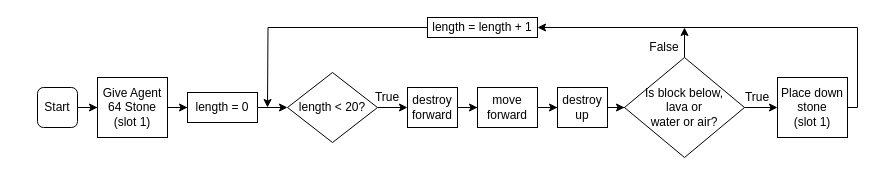
This is tutorials/python-islands/island-7/autominer/flowchart-landscape.drawio from CausewayDigital/Minecraft-EE-MakeCode, a draw.io file, before an edit. Source tidied: cells renumbered, new cells numbered last; positions are measured from the earlier drawing's top-left corner, leaving out a move shared by most shapes. Both pictures are drawn from the tidied source at 100%, with x=0, y=0 at pixel (37, 17).
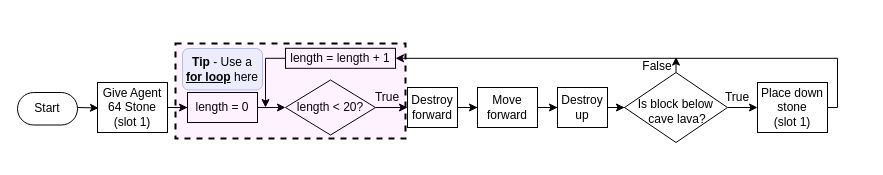
The same diagram, later.

Commit message (it also covers changes not shown here):
Updated flowcharts and tutorial for autominer

What changed in the source:
```diff
@@
-    <mxCell id="2" style="edgeStyle=orthogonalEdgeStyle;rounded=0;jettySize=auto;html=1;" parent="1" edge="1" source="3" target="5">
-      <mxGeometry relative="1" as="geometry" />
-    </mxCell>
-    <mxCell id="3" value="Start" style="rounded=1;whiteSpace=wrap;html=1;" parent="1" vertex="1">
-      <mxGeometry y="70" width="40" height="40" as="geometry" />
-    </mxCell>
+    <mxCell id="26" style="edgeStyle=orthogonalEdgeStyle;rounded=0;jettySize=auto;html=1;" parent="1" edge="1" target="5">
+      <mxGeometry relative="1" as="geometry">
+        <mxPoint x="40" y="90" as="sourcePoint" />
+      </mxGeometry>
+    </mxCell>
-    <mxCell id="4" style="edgeStyle=orthogonalEdgeStyle;rounded=0;jettySize=auto;html=1;" parent="1" edge="1" source="5" target="7">
+    <mxCell id="4" style="edgeStyle=orthogonalEdgeStyle;rounded=0;jettySize=auto;html=1;shadow=0;" parent="1" edge="1" source="5" target="7">
       <mxGeometry relative="1" as="geometry" />
     </mxCell>
     <mxCell id="5" value="&lt;div&gt;Give Agent 64 Stone&lt;/div&gt;(slot 1)" style="rounded=0;whiteSpace=wrap;html=1;" parent="1" vertex="1">
-      <mxGeometry x="60" y="60" width="70" height="60" as="geometry" />
+      <mxGeometry x="60" y="65" width="70" height="50" as="geometry" />
     </mxCell>
-    <mxCell id="6" style="edgeStyle=orthogonalEdgeStyle;rounded=0;jettySize=auto;html=1;" parent="1" edge="1" source="7" target="9">
+    <mxCell id="6" style="edgeStyle=orthogonalEdgeStyle;rounded=0;jettySize=auto;html=1;shadow=0;" parent="1" edge="1" source="7" target="9">
       <mxGeometry relative="1" as="geometry" />
     </mxCell>
-    <mxCell id="7" value="length = 0" style="rounded=0;whiteSpace=wrap;html=1;" parent="1" vertex="1">
+    <mxCell id="7" value="length = 0" style="rounded=0;whiteSpace=wrap;html=1;shadow=0;" parent="1" vertex="1">
       <mxGeometry x="150" y="75" width="70" height="30" as="geometry" />
     </mxCell>
-    <mxCell id="8" style="edgeStyle=orthogonalEdgeStyle;rounded=0;jettySize=auto;html=1;" parent="1" edge="1" source="9" target="11">
-      <mxGeometry relative="1" as="geometry" />
-    </mxCell>
+    <mxCell id="27" style="edgeStyle=orthogonalEdgeStyle;rounded=0;jettySize=auto;html=1;shadow=0;" parent="1" edge="1" source="9" target="29">
+      <mxGeometry relative="1" as="geometry" />
+    </mxCell>
-    <mxCell id="9" value="length &amp;lt; 20?" style="rhombus;whiteSpace=wrap;html=1;" parent="1" vertex="1">
-      <mxGeometry x="250" y="55" width="90" height="70" as="geometry" />
+    <mxCell id="9" value="length &amp;lt; 20?" style="rhombus;whiteSpace=wrap;html=1;shadow=0;" parent="1" vertex="1">
+      <mxGeometry x="248" y="62.5" width="90" height="55" as="geometry" />
     </mxCell>
-    <mxCell id="10" style="edgeStyle=orthogonalEdgeStyle;rounded=0;jettySize=auto;html=1;" parent="1" edge="1" source="11" target="13">
-      <mxGeometry relative="1" as="geometry" />
-    </mxCell>
-    <mxCell id="11" value="destroy forward" style="rounded=0;whiteSpace=wrap;html=1;" parent="1" vertex="1">
-      <mxGeometry x="370" y="70" width="50" height="40" as="geometry" />
-    </mxCell>
-    <mxCell id="12" style="edgeStyle=orthogonalEdgeStyle;rounded=0;jettySize=auto;html=1;exitX=1;exitY=0.5;exitDx=0;exitDy=0;" parent="1" edge="1" source="13" target="15">
-      <mxGeometry relative="1" as="geometry" />
-    </mxCell>
-    <mxCell id="13" value="move forward" style="rounded=0;whiteSpace=wrap;html=1;" parent="1" vertex="1">
-      <mxGeometry x="440" y="70" width="60" height="40" as="geometry" />
-    </mxCell>
-    <mxCell id="14" style="edgeStyle=orthogonalEdgeStyle;rounded=0;jettySize=auto;html=1;" parent="1" edge="1" source="15" target="18">
-      <mxGeometry relative="1" as="geometry" />
-    </mxCell>
-    <mxCell id="15" value="destroy up" style="rounded=0;whiteSpace=wrap;html=1;" parent="1" vertex="1">
-      <mxGeometry x="520" y="70" width="50" height="40" as="geometry" />
-    </mxCell>
-    <mxCell id="16" style="edgeStyle=orthogonalEdgeStyle;rounded=0;jettySize=auto;html=1;" parent="1" edge="1" source="18" target="20">
-      <mxGeometry relative="1" as="geometry" />
-    </mxCell>
-    <mxCell id="17" style="edgeStyle=orthogonalEdgeStyle;rounded=0;jettySize=auto;html=1;exitX=0.5;exitY=0;exitDx=0;exitDy=0;" parent="1" edge="1" source="18">
-      <mxGeometry relative="1" as="geometry">
-        <mxPoint x="647" y="10" as="targetPoint" />
-      </mxGeometry>
-    </mxCell>
-    <mxCell id="18" value="Is block below, &lt;br&gt;lava or &lt;br&gt;water or air?" style="rhombus;whiteSpace=wrap;html=1;" parent="1" vertex="1">
-      <mxGeometry x="587" y="40" width="120" height="100" as="geometry" />
-    </mxCell>
+    <mxCell id="28" style="edgeStyle=orthogonalEdgeStyle;rounded=0;jettySize=auto;html=1;shadow=0;" parent="1" edge="1" source="29" target="31">
+      <mxGeometry relative="1" as="geometry" />
+    </mxCell>
+    <mxCell id="29" value="Destroy forward" style="rounded=0;whiteSpace=wrap;html=1;shadow=0;" parent="1" vertex="1">
+      <mxGeometry x="370" y="70" width="50" height="40" as="geometry" />
+    </mxCell>
+    <mxCell id="30" style="edgeStyle=orthogonalEdgeStyle;rounded=0;jettySize=auto;html=1;exitX=1;exitY=0.5;exitDx=0;exitDy=0;shadow=0;" parent="1" edge="1" source="31" target="33">
+      <mxGeometry relative="1" as="geometry" />
+    </mxCell>
+    <mxCell id="31" value="Move forward" style="rounded=0;whiteSpace=wrap;html=1;shadow=0;" parent="1" vertex="1">
+      <mxGeometry x="440" y="70" width="60" height="40" as="geometry" />
+    </mxCell>
+    <mxCell id="32" style="edgeStyle=orthogonalEdgeStyle;rounded=0;jettySize=auto;html=1;shadow=0;" parent="1" edge="1" source="33" target="36">
+      <mxGeometry relative="1" as="geometry" />
+    </mxCell>
+    <mxCell id="33" value="Destroy up" style="rounded=0;whiteSpace=wrap;html=1;shadow=0;" parent="1" vertex="1">
+      <mxGeometry x="520" y="70" width="50" height="40" as="geometry" />
+    </mxCell>
+    <mxCell id="34" style="edgeStyle=orthogonalEdgeStyle;rounded=0;jettySize=auto;html=1;shadow=0;" parent="1" edge="1" source="36" target="20">
+      <mxGeometry relative="1" as="geometry" />
+    </mxCell>
+    <mxCell id="35" style="edgeStyle=orthogonalEdgeStyle;rounded=0;jettySize=auto;html=1;exitX=0.5;exitY=0;exitDx=0;exitDy=0;entryX=0.964;entryY=0.029;entryDx=0;entryDy=0;entryPerimeter=0;shadow=0;" parent="1" edge="1" source="36" target="23">
+      <mxGeometry relative="1" as="geometry" />
+    </mxCell>
+    <mxCell id="36" value="Is block below&amp;nbsp;&lt;br&gt;cave lava?" style="rhombus;whiteSpace=wrap;html=1;verticalAlign=middle;spacingBottom=0;spacingTop=7;spacingLeft=3;shadow=0;" parent="1" vertex="1">
+      <mxGeometry x="587" y="55" width="103" height="70" as="geometry" />
+    </mxCell>
-    <mxCell id="19" style="edgeStyle=orthogonalEdgeStyle;rounded=0;jettySize=auto;html=1;entryX=1;entryY=0.5;entryDx=0;entryDy=0;" parent="1" edge="1" source="20" target="25">
+    <mxCell id="19" style="edgeStyle=orthogonalEdgeStyle;rounded=0;jettySize=auto;html=1;entryX=1;entryY=0.5;entryDx=0;entryDy=0;shadow=0;" parent="1" edge="1" source="20" target="25">
       <mxGeometry relative="1" as="geometry">
         <Array as="points">
-          <mxPoint x="820" y="90" />
-          <mxPoint x="820" y="10" />
-          <mxPoint x="505" y="10" />
+          <mxPoint x="800" y="90" />
+          <mxPoint x="800" y="40" />
+          <mxPoint x="358" y="40" />
         </Array>
       </mxGeometry>
     </mxCell>
-    <mxCell id="20" value="&lt;div&gt;Place down stone&lt;/div&gt;(slot 1)" style="rounded=0;whiteSpace=wrap;html=1;" parent="1" vertex="1">
-      <mxGeometry x="740" y="60" width="70" height="60" as="geometry" />
+    <mxCell id="20" value="&lt;div&gt;Place down stone&lt;/div&gt;(slot 1)" style="rounded=0;whiteSpace=wrap;html=1;shadow=0;" parent="1" vertex="1">
+      <mxGeometry x="720" y="65" width="70" height="50" as="geometry" />
     </mxCell>
-    <mxCell id="21" value="True" style="text;html=1;align=center;verticalAlign=middle;whiteSpace=wrap;rounded=0;" parent="1" vertex="1">
-      <mxGeometry x="330" y="70" width="40" height="20" as="geometry" />
-    </mxCell>
-    <mxCell id="22" value="True" style="text;html=1;align=center;verticalAlign=middle;whiteSpace=wrap;rounded=0;" parent="1" vertex="1">
-      <mxGeometry x="700" y="70" width="40" height="20" as="geometry" />
-    </mxCell>
+    <mxCell id="37" value="True" style="text;html=1;align=center;verticalAlign=middle;whiteSpace=wrap;rounded=0;shadow=0;" parent="1" vertex="1">
+      <mxGeometry x="330" y="70" width="40" height="20" as="geometry" />
+    </mxCell>
+    <mxCell id="38" value="True" style="text;html=1;align=center;verticalAlign=middle;whiteSpace=wrap;rounded=0;shadow=0;" parent="1" vertex="1">
+      <mxGeometry x="680" y="70" width="40" height="20" as="geometry" />
+    </mxCell>
-    <mxCell id="23" value="False" style="text;html=1;align=center;verticalAlign=middle;whiteSpace=wrap;rounded=0;" parent="1" vertex="1">
-      <mxGeometry x="607" y="20" width="40" height="20" as="geometry" />
+    <mxCell id="23" value="False" style="text;html=1;align=center;verticalAlign=middle;whiteSpace=wrap;rounded=0;shadow=0;" parent="1" vertex="1">
+      <mxGeometry x="600" y="39" width="40" height="20" as="geometry" />
     </mxCell>
-    <mxCell id="24" style="edgeStyle=orthogonalEdgeStyle;rounded=0;jettySize=auto;html=1;exitX=0;exitY=0.5;exitDx=0;exitDy=0;" parent="1" edge="1" source="25">
-      <mxGeometry relative="1" as="geometry">
-        <mxPoint x="230" y="90" as="targetPoint" />
-      </mxGeometry>
-    </mxCell>
+    <mxCell id="39" style="edgeStyle=orthogonalEdgeStyle;rounded=0;jettySize=auto;html=1;exitX=0;exitY=0.5;exitDx=0;exitDy=0;shadow=0;" parent="1" edge="1" source="25">
+      <mxGeometry relative="1" as="geometry">
+        <mxPoint x="228" y="90" as="targetPoint" />
+        <Array as="points">
+          <mxPoint x="228" y="41" />
+        </Array>
+      </mxGeometry>
+    </mxCell>
-    <mxCell id="25" value="length = length + 1" style="rounded=0;whiteSpace=wrap;html=1;" parent="1" vertex="1">
-      <mxGeometry x="390" width="110" height="20" as="geometry" />
+    <mxCell id="25" value="length = length + 1" style="rounded=0;whiteSpace=wrap;html=1;shadow=0;" parent="1" vertex="1">
+      <mxGeometry x="248" y="30.8" width="110" height="20" as="geometry" />
     </mxCell>
+    <mxCell id="40" style="rounded=0;whiteSpace=wrap;html=1;fillColor=light-dark(#FB0FFF0D,#EDEDED0D);strokeColor=#000000;strokeWidth=2;dashed=1;perimeterSpacing=0;shadow=0;" parent="1" vertex="1">
+      <mxGeometry x="138" y="26" width="230" height="95" as="geometry" />
+    </mxCell>
+    <mxCell id="41" value="&lt;b&gt;Tip &lt;/b&gt;- Use a &lt;b&gt;&lt;u&gt;for loop&lt;/u&gt;&lt;/b&gt; here" style="text;html=1;whiteSpace=wrap;strokeColor=#6c8ebf;fillColor=#dae8fc;align=center;verticalAlign=middle;rounded=1;glass=0;shadow=0;opacity=50;" parent="1" vertex="1">
+      <mxGeometry x="145" y="31" width="80" height="41.5" as="geometry" />
+    </mxCell>
+    <mxCell id="3" value="Start" style="html=1;dashed=0;whiteSpace=wrap;shape=mxgraph.dfd.start;" parent="1" vertex="1">
+      <mxGeometry x="-20" y="75" width="60" height="32.5" as="geometry" />
+    </mxCell>
```
